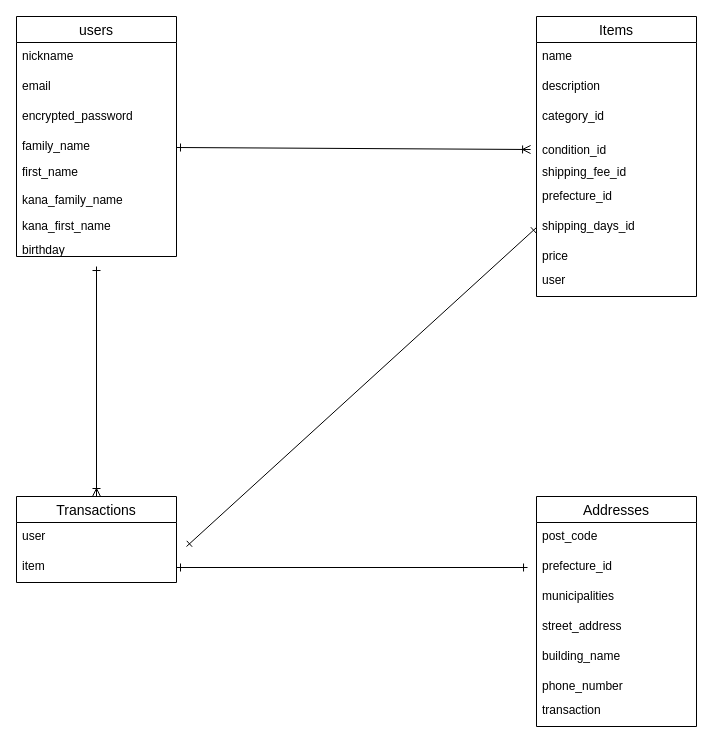
This is page "修正後" (1 of 2) of ER.dio from ayanosato03/furima-40362, a draw.io file, before an edit. Source tidied: cells renumbered, new cells numbered last; positions are measured from the earlier drawing's top-left corner, leaving out a move shared by most shapes. Both pictures are drawn from the tidied source at 100%, with x=0, y=0 at pixel (16, 16).
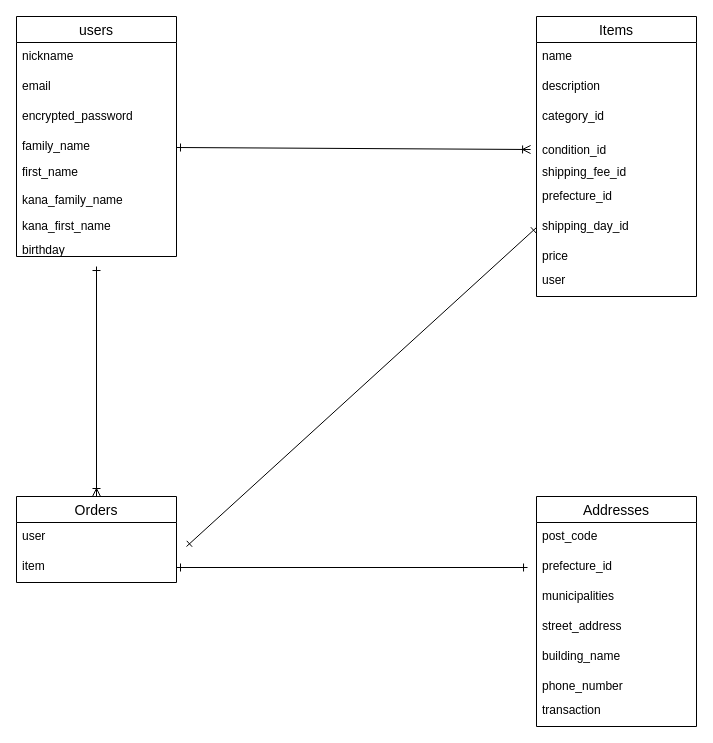
After the change.

Commit message (it also covers changes not shown here):
データベース設計_修正②

Diff of the diagram source:
```diff
@@
-    <mxCell id="11" value="Transactions" style="swimlane;fontStyle=0;horizontal=1;startSize=26;align=center;fontSize=14;" parent="1" vertex="1">
+    <mxCell id="11" value="Orders" style="swimlane;fontStyle=0;horizontal=1;startSize=26;align=center;fontSize=14;" parent="1" vertex="1">
       <mxGeometry y="480" width="160" height="86" as="geometry" />
     </mxCell>
@@
-    <mxCell id="28" value="shipping_days_id" style="text;strokeColor=none;fillColor=none;spacingLeft=4;spacingRight=4;overflow=hidden;points=[[0,0.5],[1,0.5]];portConstraint=eastwest;fontSize=12;" parent="1" vertex="1">
+    <mxCell id="28" value="shipping_day_id" style="text;strokeColor=none;fillColor=none;spacingLeft=4;spacingRight=4;overflow=hidden;points=[[0,0.5],[1,0.5]];portConstraint=eastwest;fontSize=12;" parent="1" vertex="1">
       <mxGeometry x="520" y="196" width="160" height="30" as="geometry" />
     </mxCell>
```
